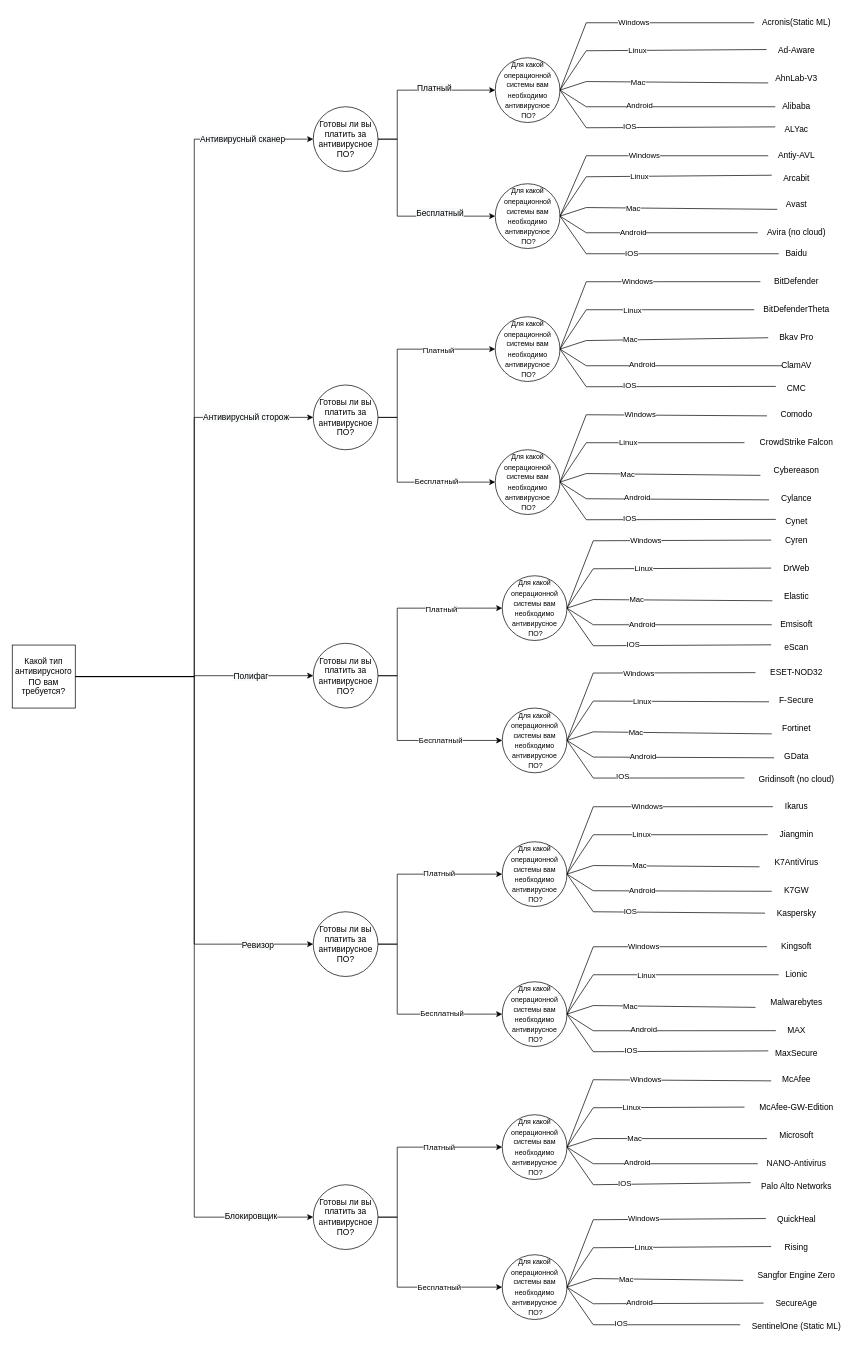
Before: docs/decision tree.drawio in BlackF1re/Expert-system-for-choosing-antivirus-software, a draw.io diagram. Source tidied: cells renumbered, new cells numbered last; positions are measured from the earlier drawing's top-left corner, leaving out a move shared by most shapes. Both pictures are drawn from the tidied source at 70%, with x=0, y=0 at pixel (12, 12).
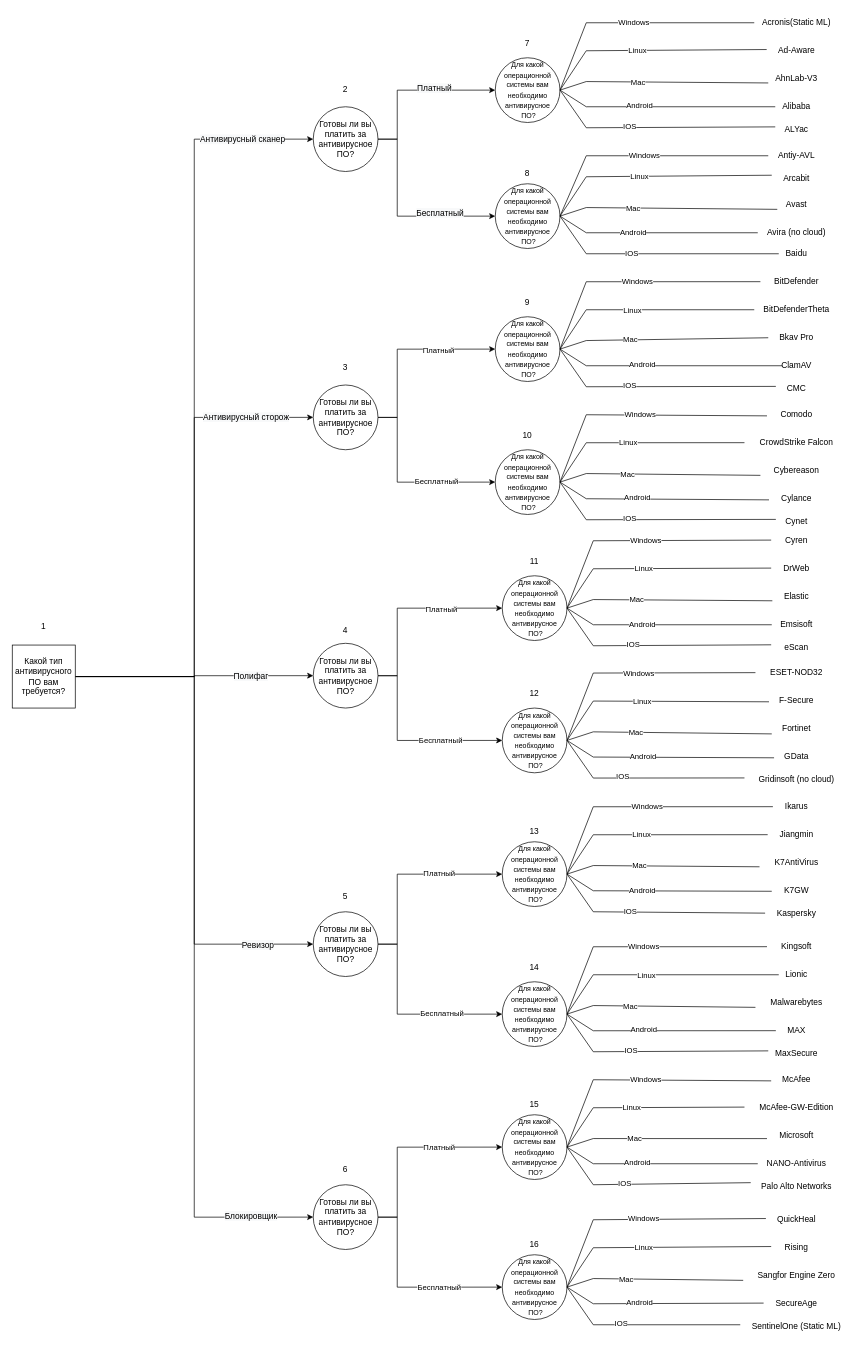
The same diagram, later.

Commit message (it also covers changes not shown here):
Дочерчены\исправлены диаграммы, составлен отчет

Diff of the diagram source:
```diff
@@
+    <mxCell id="178" value="1" style="text;html=1;strokeColor=none;fillColor=none;align=center;verticalAlign=middle;whiteSpace=wrap;rounded=0;" parent="1" vertex="1">
+      <mxGeometry x="15" y="862.5" width="60" height="30" as="geometry" />
+    </mxCell>
+    <mxCell id="179" value="2" style="text;html=1;strokeColor=none;fillColor=none;align=center;verticalAlign=middle;whiteSpace=wrap;rounded=0;" parent="1" vertex="1">
+      <mxGeometry x="446.2" y="96.2" width="60" height="30" as="geometry" />
+    </mxCell>
+    <mxCell id="180" value="3" style="text;html=1;strokeColor=none;fillColor=none;align=center;verticalAlign=middle;whiteSpace=wrap;rounded=0;" parent="1" vertex="1">
+      <mxGeometry x="446.2" y="492.5" width="60" height="30" as="geometry" />
+    </mxCell>
+    <mxCell id="181" value="4" style="text;html=1;strokeColor=none;fillColor=none;align=center;verticalAlign=middle;whiteSpace=wrap;rounded=0;" parent="1" vertex="1">
+      <mxGeometry x="446.2" y="867.5" width="60" height="30" as="geometry" />
+    </mxCell>
+    <mxCell id="182" value="5" style="text;html=1;strokeColor=none;fillColor=none;align=center;verticalAlign=middle;whiteSpace=wrap;rounded=0;" parent="1" vertex="1">
+      <mxGeometry x="446.2" y="1247.5" width="60" height="30" as="geometry" />
+    </mxCell>
+    <mxCell id="183" value="6" style="text;html=1;strokeColor=none;fillColor=none;align=center;verticalAlign=middle;whiteSpace=wrap;rounded=0;" parent="1" vertex="1">
+      <mxGeometry x="446.2" y="1637.5" width="60" height="30" as="geometry" />
+    </mxCell>
+    <mxCell id="184" value="7" style="text;html=1;strokeColor=none;fillColor=none;align=center;verticalAlign=middle;whiteSpace=wrap;rounded=0;" parent="1" vertex="1">
+      <mxGeometry x="706.2" y="30" width="60" height="30" as="geometry" />
+    </mxCell>
+    <mxCell id="185" value="8" style="text;html=1;strokeColor=none;fillColor=none;align=center;verticalAlign=middle;whiteSpace=wrap;rounded=0;" parent="1" vertex="1">
+      <mxGeometry x="706.2" y="215" width="60" height="30" as="geometry" />
+    </mxCell>
+    <mxCell id="186" value="9" style="text;html=1;strokeColor=none;fillColor=none;align=center;verticalAlign=middle;whiteSpace=wrap;rounded=0;" parent="1" vertex="1">
+      <mxGeometry x="706.2" y="400" width="60" height="30" as="geometry" />
+    </mxCell>
+    <mxCell id="187" value="10" style="text;html=1;strokeColor=none;fillColor=none;align=center;verticalAlign=middle;whiteSpace=wrap;rounded=0;" parent="1" vertex="1">
+      <mxGeometry x="706.2" y="590" width="60" height="30" as="geometry" />
+    </mxCell>
+    <mxCell id="188" value="11" style="text;html=1;strokeColor=none;fillColor=none;align=center;verticalAlign=middle;whiteSpace=wrap;rounded=0;" parent="1" vertex="1">
+      <mxGeometry x="716.2" y="770" width="60" height="30" as="geometry" />
+    </mxCell>
+    <mxCell id="189" value="12" style="text;html=1;strokeColor=none;fillColor=none;align=center;verticalAlign=middle;whiteSpace=wrap;rounded=0;" parent="1" vertex="1">
+      <mxGeometry x="716.2" y="958" width="60" height="30" as="geometry" />
+    </mxCell>
+    <mxCell id="190" value="13" style="text;html=1;strokeColor=none;fillColor=none;align=center;verticalAlign=middle;whiteSpace=wrap;rounded=0;" parent="1" vertex="1">
+      <mxGeometry x="716.2" y="1155" width="60" height="30" as="geometry" />
+    </mxCell>
+    <mxCell id="191" value="14" style="text;html=1;strokeColor=none;fillColor=none;align=center;verticalAlign=middle;whiteSpace=wrap;rounded=0;" parent="1" vertex="1">
+      <mxGeometry x="716.2" y="1350" width="60" height="30" as="geometry" />
+    </mxCell>
+    <mxCell id="192" value="15" style="text;html=1;strokeColor=none;fillColor=none;align=center;verticalAlign=middle;whiteSpace=wrap;rounded=0;" parent="1" vertex="1">
+      <mxGeometry x="716.2" y="1545" width="60" height="30" as="geometry" />
+    </mxCell>
+    <mxCell id="193" value="16" style="text;html=1;strokeColor=none;fillColor=none;align=center;verticalAlign=middle;whiteSpace=wrap;rounded=0;" parent="1" vertex="1">
+      <mxGeometry x="716.2" y="1745" width="60" height="30" as="geometry" />
+    </mxCell>
```
